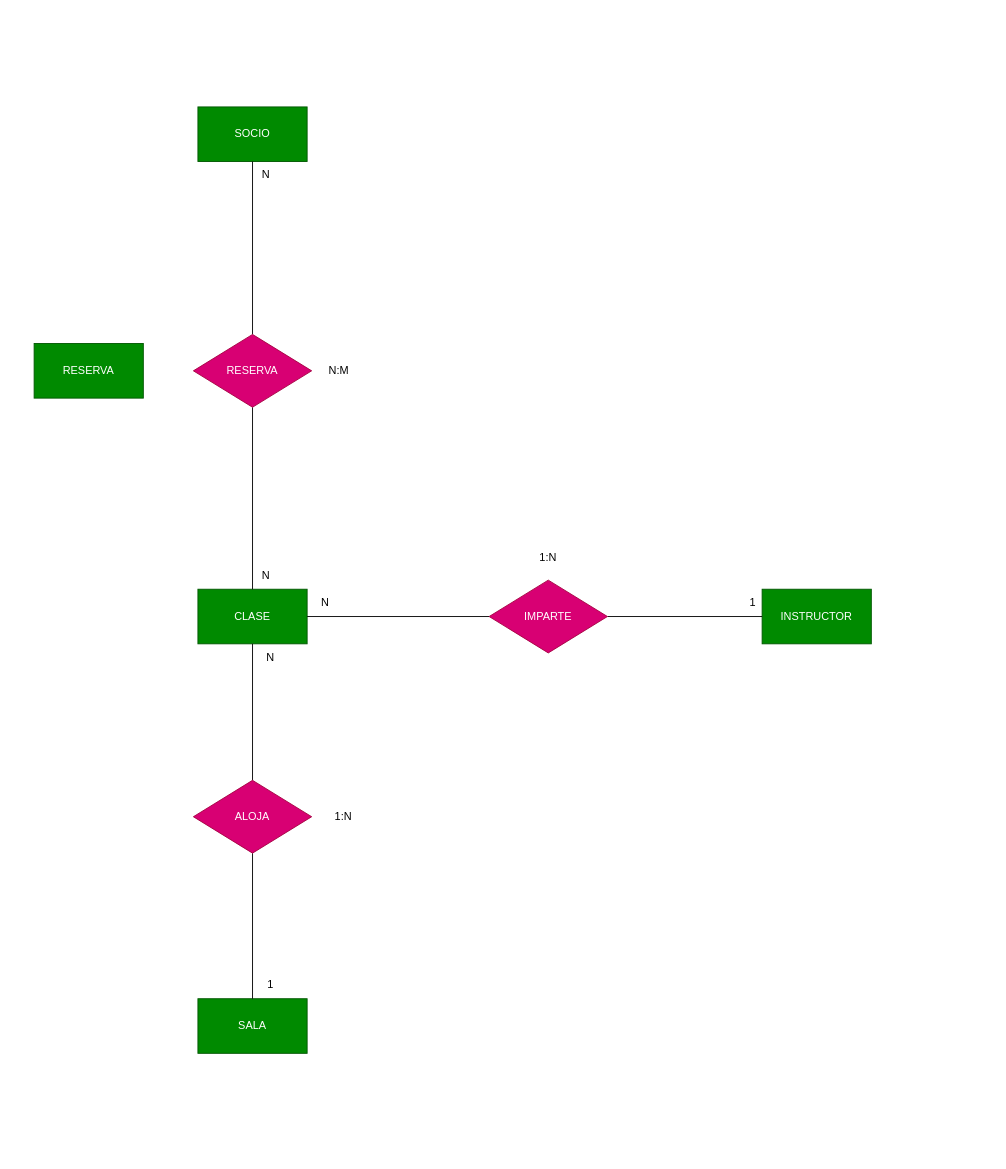
Earlier version of the draw.io diagram Bases de datos/Ejercicio 4 - Gimnasio.drawio (YairOtacoma/Curso-de-DAW-1-anio). Source tidied: cells renumbered, new cells numbered last; positions are measured from the earlier drawing's top-left corner, leaving out a move shared by most shapes. Both pictures are drawn from the tidied source at 91%, with x=0, y=0 at pixel (34, 106).
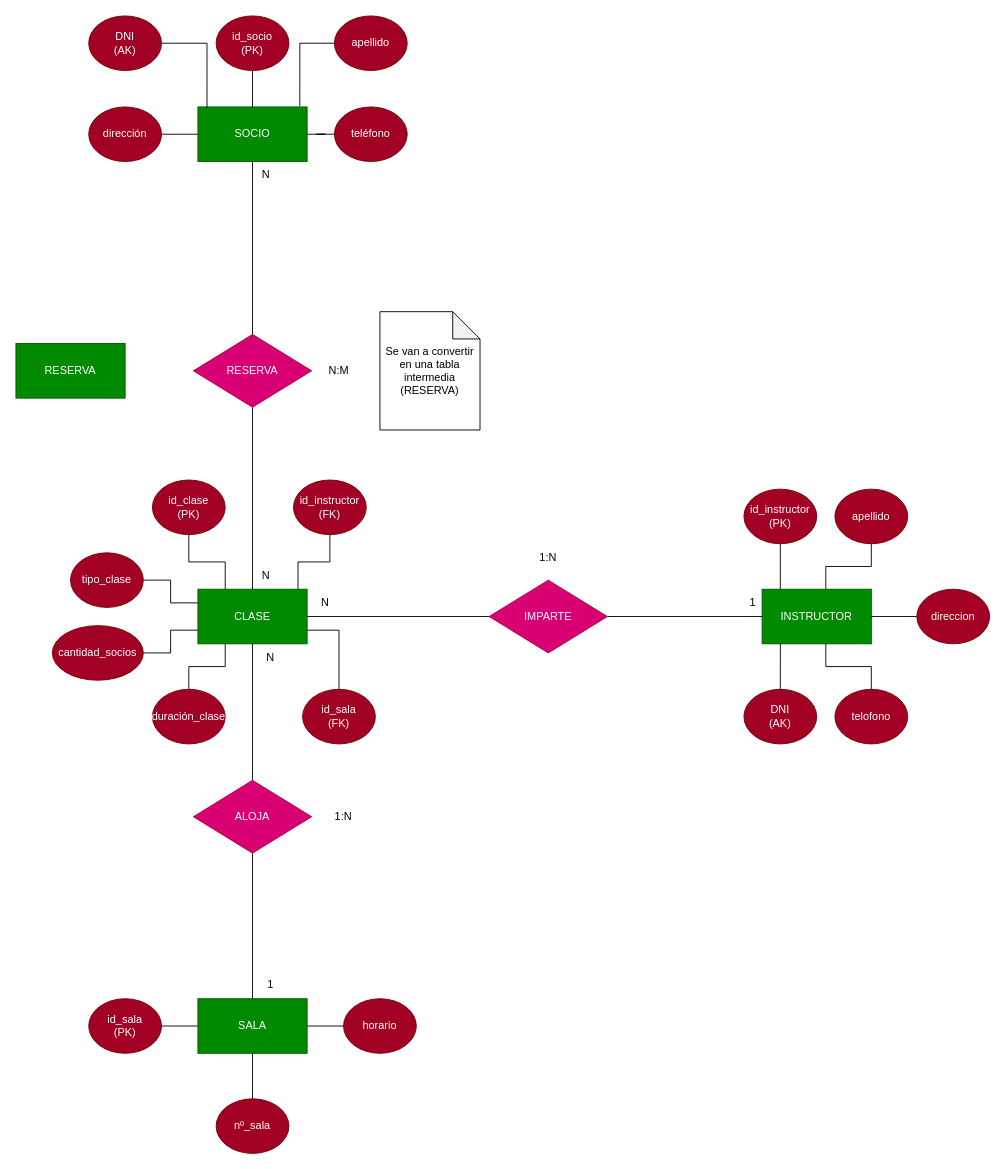
The same page after the edit.

Unchanged cells that the change refers to:
```xml
<mxCell id="2" value="SOCIO" style="rounded=0;whiteSpace=wrap;html=1;fillColor=#008a00;fontColor=#ffffff;strokeColor=#005700;" parent="1" vertex="1">
  <mxGeometry x="180" width="120" height="60" as="geometry" />
</mxCell>
<mxCell id="4" value="CLASE" style="rounded=0;whiteSpace=wrap;html=1;fillColor=#008a00;fontColor=#ffffff;strokeColor=#005700;" parent="1" vertex="1">
  <mxGeometry x="180" y="530" width="120" height="60" as="geometry" />
</mxCell>
<mxCell id="5" value="INSTRUCTOR" style="rounded=0;whiteSpace=wrap;html=1;fillColor=#008a00;fontColor=#ffffff;strokeColor=#005700;" parent="1" vertex="1">
  <mxGeometry x="800" y="530" width="120" height="60" as="geometry" />
</mxCell>
<mxCell id="6" value="SALA" style="rounded=0;whiteSpace=wrap;html=1;fillColor=#008a00;fontColor=#ffffff;strokeColor=#005700;" parent="1" vertex="1">
  <mxGeometry x="180" y="980" width="120" height="60" as="geometry" />
</mxCell>
<mxCell id="20" value="1" style="text;html=1;whiteSpace=wrap;strokeColor=none;fillColor=none;align=center;verticalAlign=middle;rounded=0;" parent="1" vertex="1">
  <mxGeometry x="760" y="530" width="60" height="30" as="geometry" />
</mxCell>
<mxCell id="21" value="N" style="text;html=1;whiteSpace=wrap;strokeColor=none;fillColor=none;align=center;verticalAlign=middle;rounded=0;" parent="1" vertex="1">
  <mxGeometry x="290" y="530" width="60" height="30" as="geometry" />
</mxCell>
```

What changed in the source:
```diff
@@
     <mxCell id="3" value="RESERVA" style="rounded=0;whiteSpace=wrap;html=1;fillColor=#008a00;fontColor=#ffffff;strokeColor=#005700;" parent="1" vertex="1">
-      <mxGeometry y="260" width="120" height="60" as="geometry" />
+      <mxGeometry x="-20" y="260" width="120" height="60" as="geometry" />
     </mxCell>
@@
+    <mxCell id="25" style="edgeStyle=orthogonalEdgeStyle;rounded=0;jettySize=auto;html=1;entryX=0.5;entryY=0;entryDx=0;entryDy=0;endArrow=none;endFill=0;" parent="1" edge="1" source="26" target="2">
+      <mxGeometry relative="1" as="geometry" />
+    </mxCell>
+    <mxCell id="26" value="id_socio&lt;div&gt;(PK)&lt;/div&gt;" style="ellipse;whiteSpace=wrap;html=1;fillColor=#a20025;fontColor=#ffffff;strokeColor=#6F0000;" parent="1" vertex="1">
+      <mxGeometry x="200" y="-100" width="80" height="60" as="geometry" />
+    </mxCell>
+    <mxCell id="27" value="DNI&lt;div&gt;(AK)&lt;/div&gt;" style="ellipse;whiteSpace=wrap;html=1;fillColor=#a20025;fontColor=#ffffff;strokeColor=#6F0000;" parent="1" vertex="1">
+      <mxGeometry x="60" y="-100" width="80" height="60" as="geometry" />
+    </mxCell>
+    <mxCell id="28" value="apellido" style="ellipse;whiteSpace=wrap;html=1;fillColor=#a20025;fontColor=#ffffff;strokeColor=#6F0000;" parent="1" vertex="1">
+      <mxGeometry x="330" y="-100" width="80" height="60" as="geometry" />
+    </mxCell>
+    <mxCell id="29" style="edgeStyle=orthogonalEdgeStyle;rounded=0;jettySize=auto;html=1;entryX=0;entryY=0.5;entryDx=0;entryDy=0;endArrow=none;endFill=0;" parent="1" edge="1" source="30" target="2">
+      <mxGeometry relative="1" as="geometry" />
+    </mxCell>
+    <mxCell id="30" value="dirección" style="ellipse;whiteSpace=wrap;html=1;fillColor=#a20025;fontColor=#ffffff;strokeColor=#6F0000;" parent="1" vertex="1">
+      <mxGeometry x="60" width="80" height="60" as="geometry" />
+    </mxCell>
+    <mxCell id="31" style="edgeStyle=orthogonalEdgeStyle;rounded=0;jettySize=auto;html=1;entryX=1;entryY=0.5;entryDx=0;entryDy=0;endArrow=none;endFill=0;" parent="1" edge="1" source="32" target="2">
+      <mxGeometry relative="1" as="geometry" />
+    </mxCell>
+    <mxCell id="32" value="teléfono" style="ellipse;whiteSpace=wrap;html=1;fillColor=#a20025;fontColor=#ffffff;strokeColor=#6F0000;" parent="1" vertex="1">
+      <mxGeometry x="330" width="80" height="60" as="geometry" />
+    </mxCell>
+    <mxCell id="33" style="edgeStyle=orthogonalEdgeStyle;rounded=0;jettySize=auto;html=1;entryX=0.083;entryY=0.017;entryDx=0;entryDy=0;entryPerimeter=0;endArrow=none;endFill=0;" parent="1" edge="1" source="27" target="2">
+      <mxGeometry relative="1" as="geometry" />
+    </mxCell>
+    <mxCell id="34" style="edgeStyle=orthogonalEdgeStyle;rounded=0;jettySize=auto;html=1;entryX=0.933;entryY=-0.017;entryDx=0;entryDy=0;entryPerimeter=0;endArrow=none;endFill=0;" parent="1" edge="1" source="28" target="2">
+      <mxGeometry relative="1" as="geometry" />
+    </mxCell>
+    <mxCell id="35" value="DNI&lt;div&gt;(AK)&lt;/div&gt;" style="ellipse;whiteSpace=wrap;html=1;fillColor=#a20025;fontColor=#ffffff;strokeColor=#6F0000;" parent="1" vertex="1">
+      <mxGeometry x="780" y="640" width="80" height="60" as="geometry" />
+    </mxCell>
+    <mxCell id="36" style="edgeStyle=orthogonalEdgeStyle;rounded=0;jettySize=auto;html=1;entryX=1;entryY=0;entryDx=0;entryDy=0;endArrow=none;endFill=0;" parent="1" edge="1" source="37" target="20">
+      <mxGeometry relative="1" as="geometry" />
+    </mxCell>
+    <mxCell id="37" value="id_instructor&lt;div&gt;(PK)&lt;/div&gt;" style="ellipse;whiteSpace=wrap;html=1;fillColor=#a20025;fontColor=#ffffff;strokeColor=#6F0000;" parent="1" vertex="1">
+      <mxGeometry x="780" y="420" width="80" height="60" as="geometry" />
+    </mxCell>
+    <mxCell id="38" style="edgeStyle=orthogonalEdgeStyle;rounded=0;jettySize=auto;html=1;entryX=1;entryY=0.5;entryDx=0;entryDy=0;endArrow=none;endFill=0;" parent="1" edge="1" source="39" target="5">
+      <mxGeometry relative="1" as="geometry" />
+    </mxCell>
+    <mxCell id="39" value="direccion" style="ellipse;whiteSpace=wrap;html=1;fillColor=#a20025;fontColor=#ffffff;strokeColor=#6F0000;" parent="1" vertex="1">
+      <mxGeometry x="970" y="530" width="80" height="60" as="geometry" />
+    </mxCell>
+    <mxCell id="40" value="apellido" style="ellipse;whiteSpace=wrap;html=1;fillColor=#a20025;fontColor=#ffffff;strokeColor=#6F0000;" parent="1" vertex="1">
+      <mxGeometry x="880" y="420" width="80" height="60" as="geometry" />
+    </mxCell>
+    <mxCell id="41" value="telofono" style="ellipse;whiteSpace=wrap;html=1;fillColor=#a20025;fontColor=#ffffff;strokeColor=#6F0000;" parent="1" vertex="1">
+      <mxGeometry x="880" y="640" width="80" height="60" as="geometry" />
+    </mxCell>
+    <mxCell id="42" style="edgeStyle=orthogonalEdgeStyle;rounded=0;jettySize=auto;html=1;entryX=0.167;entryY=1;entryDx=0;entryDy=0;entryPerimeter=0;endArrow=none;endFill=0;" parent="1" edge="1" source="35" target="5">
+      <mxGeometry relative="1" as="geometry" />
+    </mxCell>
+    <mxCell id="43" style="edgeStyle=orthogonalEdgeStyle;rounded=0;jettySize=auto;html=1;entryX=0.583;entryY=0;entryDx=0;entryDy=0;entryPerimeter=0;endArrow=none;endFill=0;" parent="1" edge="1" source="40" target="5">
+      <mxGeometry relative="1" as="geometry" />
+    </mxCell>
+    <mxCell id="44" style="edgeStyle=orthogonalEdgeStyle;rounded=0;jettySize=auto;html=1;entryX=0.583;entryY=1;entryDx=0;entryDy=0;entryPerimeter=0;endArrow=none;endFill=0;" parent="1" edge="1" source="41" target="5">
+      <mxGeometry relative="1" as="geometry" />
+    </mxCell>
+    <mxCell id="45" style="edgeStyle=orthogonalEdgeStyle;rounded=0;jettySize=auto;html=1;entryX=0;entryY=0.5;entryDx=0;entryDy=0;endArrow=none;endFill=0;" parent="1" edge="1" source="46" target="6">
+      <mxGeometry relative="1" as="geometry" />
+    </mxCell>
+    <mxCell id="46" value="id_sala&lt;div&gt;(PK)&lt;/div&gt;" style="ellipse;whiteSpace=wrap;html=1;fillColor=#a20025;fontColor=#ffffff;strokeColor=#6F0000;" parent="1" vertex="1">
+      <mxGeometry x="60" y="980" width="80" height="60" as="geometry" />
+    </mxCell>
+    <mxCell id="47" style="edgeStyle=orthogonalEdgeStyle;rounded=0;jettySize=auto;html=1;entryX=0.5;entryY=1;entryDx=0;entryDy=0;endArrow=none;endFill=0;" parent="1" edge="1" source="48" target="6">
+      <mxGeometry relative="1" as="geometry" />
+    </mxCell>
+    <mxCell id="48" value="nº_sala" style="ellipse;whiteSpace=wrap;html=1;fillColor=#a20025;fontColor=#ffffff;strokeColor=#6F0000;" parent="1" vertex="1">
+      <mxGeometry x="200" y="1090" width="80" height="60" as="geometry" />
+    </mxCell>
+    <mxCell id="49" style="edgeStyle=orthogonalEdgeStyle;rounded=0;jettySize=auto;html=1;entryX=1;entryY=0.5;entryDx=0;entryDy=0;endArrow=none;endFill=0;" parent="1" edge="1" source="50" target="6">
+      <mxGeometry relative="1" as="geometry" />
+    </mxCell>
+    <mxCell id="50" value="horario" style="ellipse;whiteSpace=wrap;html=1;fillColor=#a20025;fontColor=#ffffff;strokeColor=#6F0000;" parent="1" vertex="1">
+      <mxGeometry x="340" y="980" width="80" height="60" as="geometry" />
+    </mxCell>
+    <mxCell id="51" style="edgeStyle=orthogonalEdgeStyle;rounded=0;jettySize=auto;html=1;entryX=0.25;entryY=0;entryDx=0;entryDy=0;endArrow=none;endFill=0;" parent="1" edge="1" source="52" target="4">
+      <mxGeometry relative="1" as="geometry" />
+    </mxCell>
+    <mxCell id="52" value="id_clase&lt;div&gt;(PK)&lt;/div&gt;" style="ellipse;whiteSpace=wrap;html=1;fillColor=#a20025;fontColor=#ffffff;strokeColor=#6F0000;" parent="1" vertex="1">
+      <mxGeometry x="130" y="410" width="80" height="60" as="geometry" />
+    </mxCell>
+    <mxCell id="53" style="edgeStyle=orthogonalEdgeStyle;rounded=0;jettySize=auto;html=1;entryX=0;entryY=0.25;entryDx=0;entryDy=0;endArrow=none;endFill=0;" parent="1" edge="1" source="54" target="4">
+      <mxGeometry relative="1" as="geometry" />
+    </mxCell>
+    <mxCell id="54" value="tipo_clase" style="ellipse;whiteSpace=wrap;html=1;fillColor=#a20025;fontColor=#ffffff;strokeColor=#6F0000;" parent="1" vertex="1">
+      <mxGeometry x="40" y="490" width="80" height="60" as="geometry" />
+    </mxCell>
+    <mxCell id="55" style="edgeStyle=orthogonalEdgeStyle;rounded=0;jettySize=auto;html=1;entryX=0.25;entryY=1;entryDx=0;entryDy=0;endArrow=none;endFill=0;" parent="1" edge="1" source="56" target="4">
+      <mxGeometry relative="1" as="geometry" />
+    </mxCell>
+    <mxCell id="56" value="duración_clase" style="ellipse;whiteSpace=wrap;html=1;fillColor=#a20025;fontColor=#ffffff;strokeColor=#6F0000;" parent="1" vertex="1">
+      <mxGeometry x="130" y="640" width="80" height="60" as="geometry" />
+    </mxCell>
+    <mxCell id="57" style="edgeStyle=orthogonalEdgeStyle;rounded=0;jettySize=auto;html=1;entryX=0;entryY=0.75;entryDx=0;entryDy=0;endArrow=none;endFill=0;" parent="1" edge="1" source="58" target="4">
+      <mxGeometry relative="1" as="geometry" />
+    </mxCell>
+    <mxCell id="58" value="cantidad_socios" style="ellipse;whiteSpace=wrap;html=1;fillColor=#a20025;fontColor=#ffffff;strokeColor=#6F0000;" parent="1" vertex="1">
+      <mxGeometry x="20" y="570" width="100" height="60" as="geometry" />
+    </mxCell>
+    <mxCell id="59" value="Se van a convertir en una tabla intermedia&lt;div&gt;(RESERVA)&lt;/div&gt;" style="shape=note;whiteSpace=wrap;html=1;backgroundOutline=1;darkOpacity=0.05;" parent="1" vertex="1">
+      <mxGeometry x="380" y="225" width="110" height="130" as="geometry" />
+    </mxCell>
+    <mxCell id="60" style="edgeStyle=orthogonalEdgeStyle;rounded=0;jettySize=auto;html=1;entryX=0;entryY=0;entryDx=0;entryDy=0;endArrow=none;endFill=0;" parent="1" edge="1" source="61" target="21">
+      <mxGeometry relative="1" as="geometry" />
+    </mxCell>
+    <mxCell id="61" value="id_instructor&lt;div&gt;(FK)&lt;/div&gt;" style="ellipse;whiteSpace=wrap;html=1;fillColor=#a20025;fontColor=#ffffff;strokeColor=#6F0000;" parent="1" vertex="1">
+      <mxGeometry x="285" y="410" width="80" height="60" as="geometry" />
+    </mxCell>
+    <mxCell id="62" style="edgeStyle=orthogonalEdgeStyle;rounded=0;jettySize=auto;html=1;entryX=1;entryY=0.75;entryDx=0;entryDy=0;endArrow=none;endFill=0;" parent="1" edge="1" source="63" target="4">
+      <mxGeometry relative="1" as="geometry" />
+    </mxCell>
+    <mxCell id="63" value="id_sala&lt;div&gt;(FK)&lt;/div&gt;" style="ellipse;whiteSpace=wrap;html=1;fillColor=#a20025;fontColor=#ffffff;strokeColor=#6F0000;" parent="1" vertex="1">
+      <mxGeometry x="295" y="640" width="80" height="60" as="geometry" />
+    </mxCell>
```
